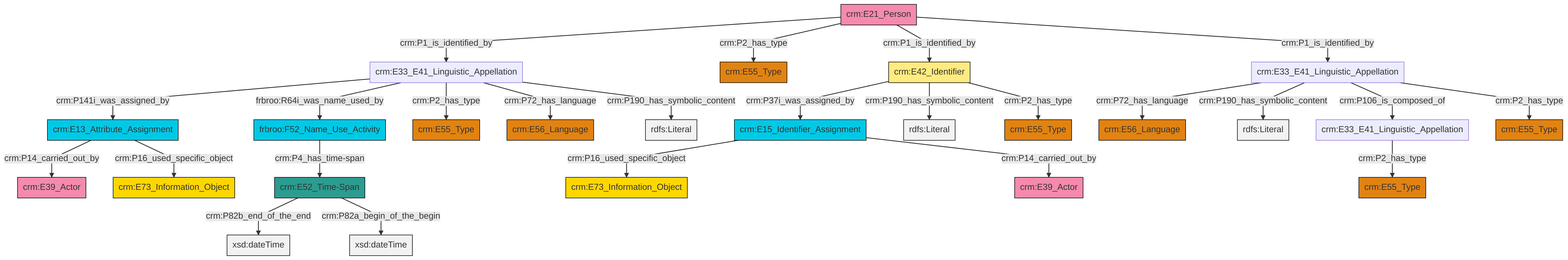
Before: et/personCSV/ttl/mmd/png/Person_Names_and_Classification.png, a diagram exported from Mermaid (swiss-art-research-net/docs.swissartresearch). Its source is kept beside it as et/personCSV/ttl/mmd/Person_Names_and_Classification.ttl.mmd.
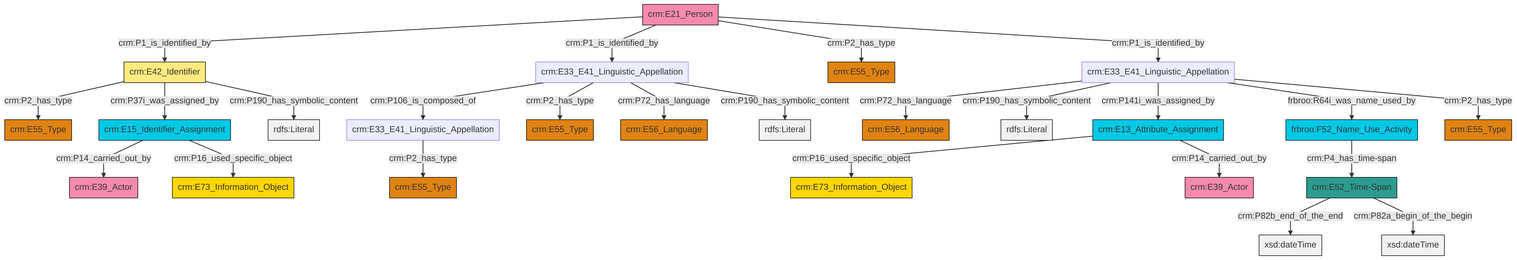
Above is the later version.

The edit, as a diff of the source:
```diff
@@ -13,27 +13,27 @@
 classDef PC_Classes fill:#4ce600, stroke:#000000;
 classDef Multi fill:#cccccc,stroke:#000000;
 
-0["crm:E21_Person"]:::Actor -->|crm:P1_is_identified_by| 1["crm:E33_E41_Linguistic_Appellation"]:::Default
-8["crm:E33_E41_Linguistic_Appellation"]:::Default -->|crm:P2_has_type| 6["crm:E55_Type"]:::Type
-11["crm:E33_E41_Linguistic_Appellation"]:::Default -->|crm:P72_has_language| 12["crm:E56_Language"]:::Type
-11["crm:E33_E41_Linguistic_Appellation"]:::Default -->|crm:P190_has_symbolic_content| 14[rdfs:Literal]:::Literal
-0["crm:E21_Person"]:::Actor -->|crm:P2_has_type| 15["crm:E55_Type"]:::Type
-16["crm:E42_Identifier"]:::Appellation -->|crm:P37i_was_assigned_by| 17["crm:E15_Identifier_Assignment"]:::Temporal_Entity
-16["crm:E42_Identifier"]:::Appellation -->|crm:P190_has_symbolic_content| 18[rdfs:Literal]:::Literal
-21["frbroo:F52_Name_Use_Activity"]:::Temporal_Entity -->|crm:P4_has_time-span| 22["crm:E52_Time-Span"]:::Time-Span
-0["crm:E21_Person"]:::Actor -->|crm:P1_is_identified_by| 16["crm:E42_Identifier"]:::Appellation
-1["crm:E33_E41_Linguistic_Appellation"]:::Default -->|crm:P141i_was_assigned_by| 23["crm:E13_Attribute_Assignment"]:::Temporal_Entity
-22["crm:E52_Time-Span"]:::Time-Span -->|crm:P82b_end_of_the_end| 24[xsd:dateTime]:::Literal
-1["crm:E33_E41_Linguistic_Appellation"]:::Default -->|frbroo:R64i_was_name_used_by| 21["frbroo:F52_Name_Use_Activity"]:::Temporal_Entity
-1["crm:E33_E41_Linguistic_Appellation"]:::Default -->|crm:P2_has_type| 26["crm:E55_Type"]:::Type
-22["crm:E52_Time-Span"]:::Time-Span -->|crm:P82a_begin_of_the_begin| 27[xsd:dateTime]:::Literal
-16["crm:E42_Identifier"]:::Appellation -->|crm:P2_has_type| 33["crm:E55_Type"]:::Type
-1["crm:E33_E41_Linguistic_Appellation"]:::Default -->|crm:P72_has_language| 2["crm:E56_Language"]:::Type
-23["crm:E13_Attribute_Assignment"]:::Temporal_Entity -->|crm:P14_carried_out_by| 9["crm:E39_Actor"]:::Actor
-1["crm:E33_E41_Linguistic_Appellation"]:::Default -->|crm:P190_has_symbolic_content| 37[rdfs:Literal]:::Literal
-23["crm:E13_Attribute_Assignment"]:::Temporal_Entity -->|crm:P16_used_specific_object| 4["crm:E73_Information_Object"]:::Conceptual_Object
-0["crm:E21_Person"]:::Actor -->|crm:P1_is_identified_by| 11["crm:E33_E41_Linguistic_Appellation"]:::Default
-11["crm:E33_E41_Linguistic_Appellation"]:::Default -->|crm:P106_is_composed_of| 8["crm:E33_E41_Linguistic_Appellation"]:::Default
-17["crm:E15_Identifier_Assignment"]:::Temporal_Entity -->|crm:P16_used_specific_object| 29["crm:E73_Information_Object"]:::Conceptual_Object
-11["crm:E33_E41_Linguistic_Appellation"]:::Default -->|crm:P2_has_type| 19["crm:E55_Type"]:::Type
-17["crm:E15_Identifier_Assignment"]:::Temporal_Entity -->|crm:P14_carried_out_by| 41["crm:E39_Actor"]:::Actor
+2["crm:E33_E41_Linguistic_Appellation"]:::Default -->|crm:P72_has_language| 3["crm:E56_Language"]:::Type
+4["crm:E33_E41_Linguistic_Appellation"]:::Default -->|crm:P106_is_composed_of| 5["crm:E33_E41_Linguistic_Appellation"]:::Default
+7["crm:E15_Identifier_Assignment"]:::Temporal_Entity -->|crm:P14_carried_out_by| 8["crm:E39_Actor"]:::Actor
+11["crm:E52_Time-Span"]:::Time-Span -->|crm:P82b_end_of_the_end| 12[xsd:dateTime]:::Literal
+13["crm:E42_Identifier"]:::Appellation -->|crm:P2_has_type| 0["crm:E55_Type"]:::Type
+7["crm:E15_Identifier_Assignment"]:::Temporal_Entity -->|crm:P16_used_specific_object| 16["crm:E73_Information_Object"]:::Conceptual_Object
+4["crm:E33_E41_Linguistic_Appellation"]:::Default -->|crm:P2_has_type| 17["crm:E55_Type"]:::Type
+2["crm:E33_E41_Linguistic_Appellation"]:::Default -->|crm:P190_has_symbolic_content| 18[rdfs:Literal]:::Literal
+4["crm:E33_E41_Linguistic_Appellation"]:::Default -->|crm:P72_has_language| 19["crm:E56_Language"]:::Type
+11["crm:E52_Time-Span"]:::Time-Span -->|crm:P82a_begin_of_the_begin| 20[xsd:dateTime]:::Literal
+21["frbroo:F52_Name_Use_Activity"]:::Temporal_Entity -->|crm:P4_has_time-span| 11["crm:E52_Time-Span"]:::Time-Span
+4["crm:E33_E41_Linguistic_Appellation"]:::Default -->|crm:P190_has_symbolic_content| 22[rdfs:Literal]:::Literal
+26["crm:E13_Attribute_Assignment"]:::Temporal_Entity -->|crm:P16_used_specific_object| 27["crm:E73_Information_Object"]:::Conceptual_Object
+2["crm:E33_E41_Linguistic_Appellation"]:::Default -->|crm:P141i_was_assigned_by| 26["crm:E13_Attribute_Assignment"]:::Temporal_Entity
+34["crm:E21_Person"]:::Actor -->|crm:P1_is_identified_by| 13["crm:E42_Identifier"]:::Appellation
+34["crm:E21_Person"]:::Actor -->|crm:P1_is_identified_by| 4["crm:E33_E41_Linguistic_Appellation"]:::Default
+26["crm:E13_Attribute_Assignment"]:::Temporal_Entity -->|crm:P14_carried_out_by| 29["crm:E39_Actor"]:::Actor
+13["crm:E42_Identifier"]:::Appellation -->|crm:P37i_was_assigned_by| 7["crm:E15_Identifier_Assignment"]:::Temporal_Entity
+2["crm:E33_E41_Linguistic_Appellation"]:::Default -->|frbroo:R64i_was_name_used_by| 21["frbroo:F52_Name_Use_Activity"]:::Temporal_Entity
+34["crm:E21_Person"]:::Actor -->|crm:P2_has_type| 24["crm:E55_Type"]:::Type
+34["crm:E21_Person"]:::Actor -->|crm:P1_is_identified_by| 2["crm:E33_E41_Linguistic_Appellation"]:::Default
+5["crm:E33_E41_Linguistic_Appellation"]:::Default -->|crm:P2_has_type| 38["crm:E55_Type"]:::Type
+2["crm:E33_E41_Linguistic_Appellation"]:::Default -->|crm:P2_has_type| 9["crm:E55_Type"]:::Type
+13["crm:E42_Identifier"]:::Appellation -->|crm:P190_has_symbolic_content| 46[rdfs:Literal]:::Literal
```
